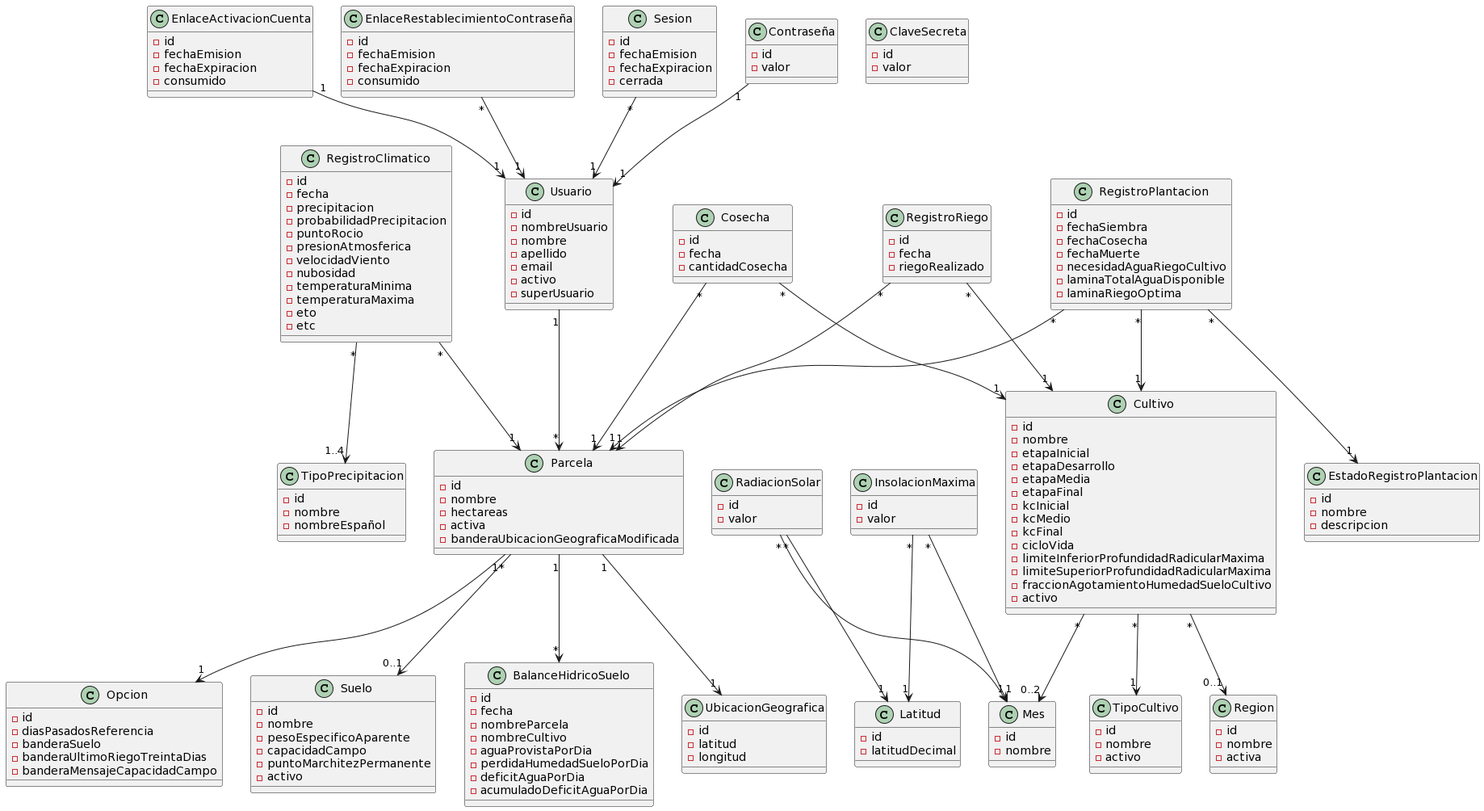
Earlier version of the PlantUML export docs/domain model/Modelo de dominio.png (facundopaez-dev/sistema-web-riego).
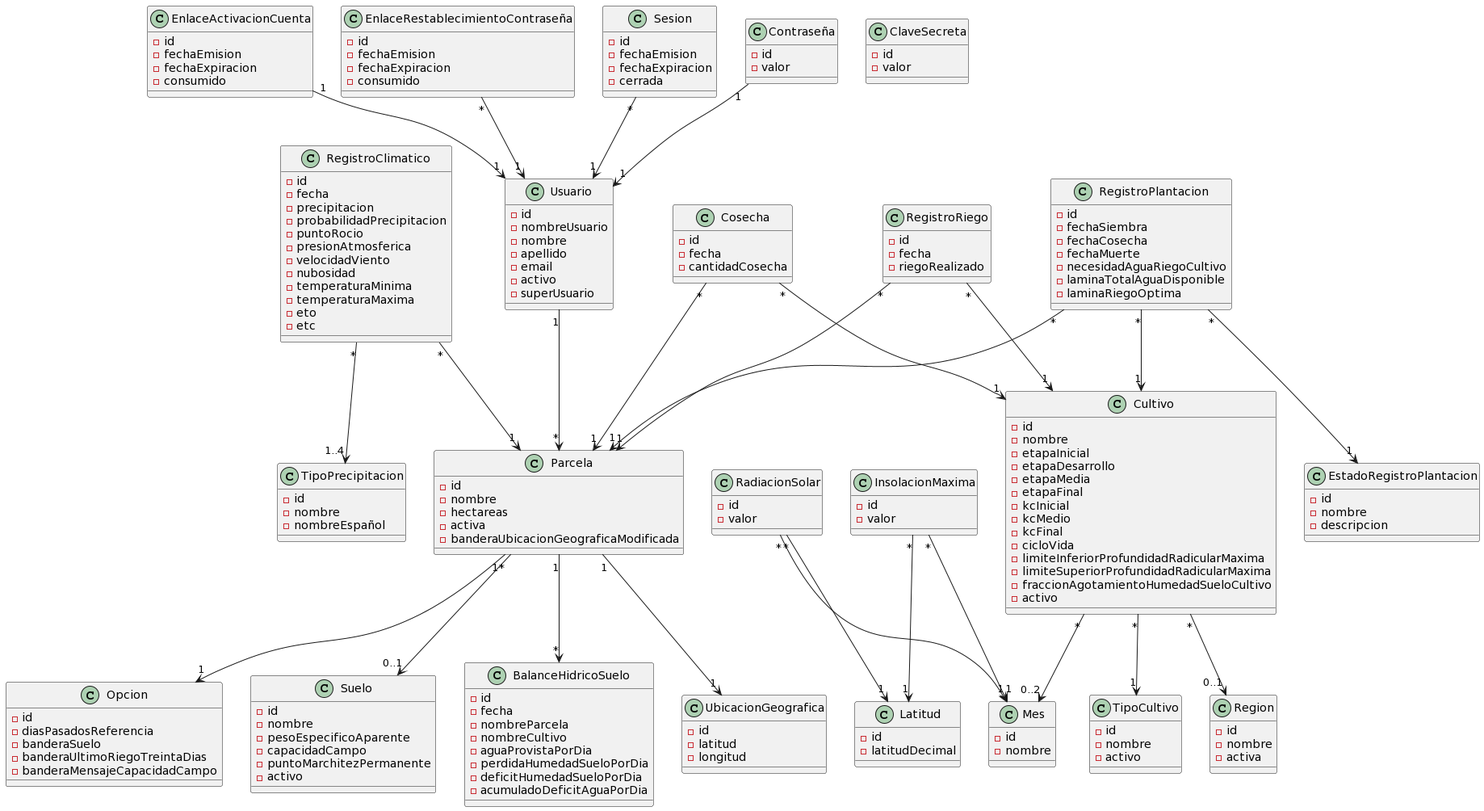
After the commit.

Commit message:
Variable waterDeficitPerDay del modelo de datos SoilWaterBalance renombrada como soilMoistureDeficitPerDay

The edit, as a diff of the source:
```diff
@@ -188,7 +188,7 @@
 -nombreCultivo
 -aguaProvistaPorDia
 -perdidaHumedadSueloPorDia
--deficitAguaPorDia
+-deficitHumedadSueloPorDia
 -acumuladoDeficitAguaPorDia
 }
 
```
